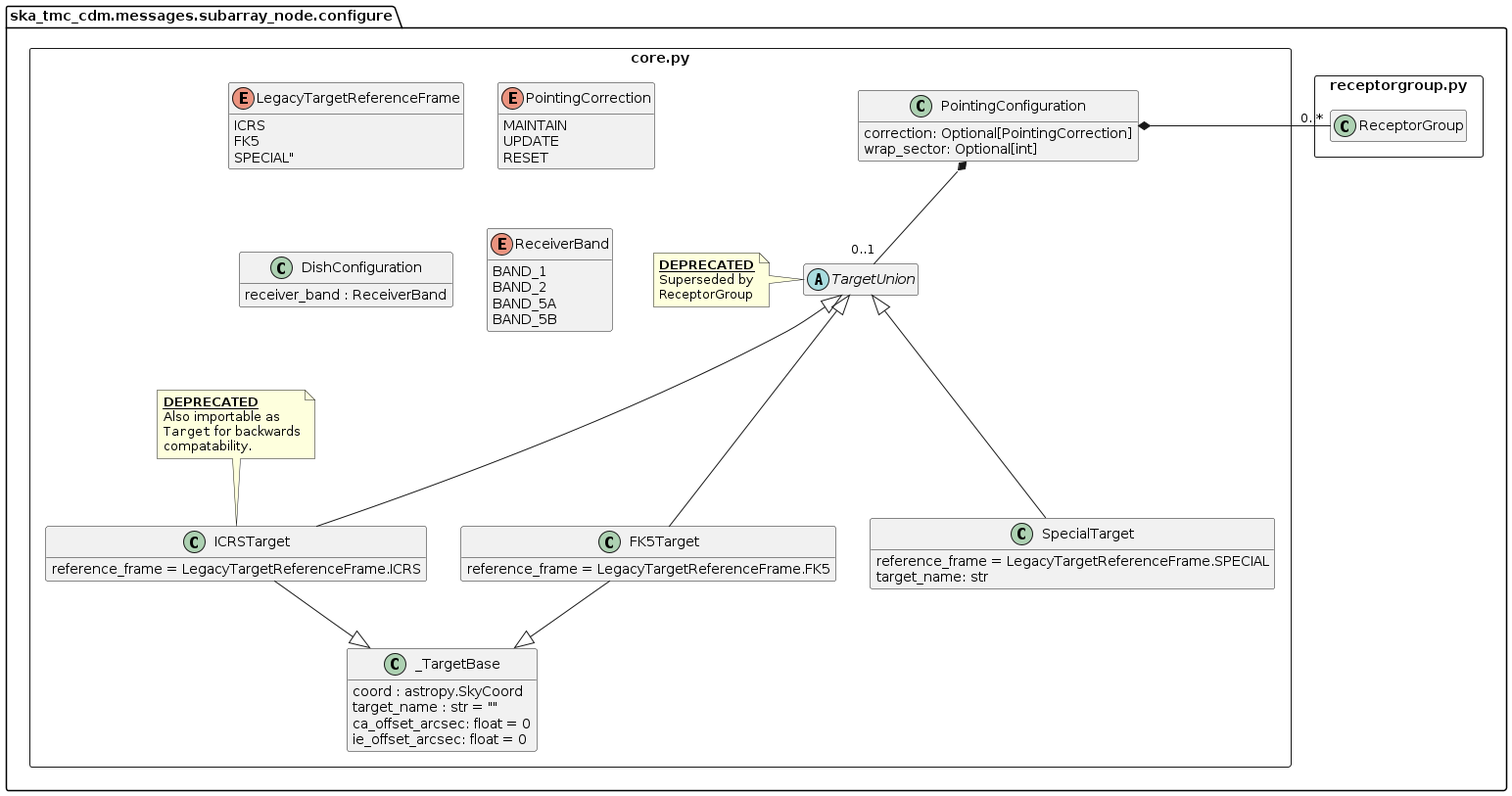
The PlantUML diagram docs/src/developer/subarraynode/core.png in ska-telescope/cdm-shared-library, before a commit. Source of this version:
```plantuml
@startuml
hide empty members

package "ska_tmc_cdm.messages.subarray_node.configure" as base {

	package "receptorgroup.py" as _receptorgroup <<Rectangle>> {
        class ReceptorGroup {}
    }

	package "core.py" as _core <<Rectangle>> {

        enum LegacyTargetReferenceFrame {
            ICRS
            FK5
            SPECIAL"
        }

        class SpecialTarget {
            reference_frame = LegacyTargetReferenceFrame.SPECIAL
            target_name: str
        }

        class ICRSTarget {
            reference_frame = LegacyTargetReferenceFrame.ICRS
        }

        class FK5Target {
            reference_frame = LegacyTargetReferenceFrame.FK5
        }

		class _TargetBase {
			coord : astropy.SkyCoord
			target_name : str = ""
			ca_offset_arcsec: float = 0
			ie_offset_arcsec: float = 0
		}

        _TargetBase <|-up- FK5Target
        _TargetBase <|-up- ICRSTarget

        abstract class TargetUnion {}
        note left of TargetUnion
        <u>**DEPRECATED**</u>
        Superseded by
        ReceptorGroup
        end note

        TargetUnion <|--- ICRSTarget
        TargetUnion <|--- FK5Target
        TargetUnion <|--- SpecialTarget

        note top of ICRSTarget
        <u>**DEPRECATED**</u>
        Also importable as
        ""Target"" for backwards
        compatability.
        end note

		enum PointingCorrection {
			MAINTAIN
			UPDATE
			RESET
		}

		class PointingConfiguration {
			correction: Optional[PointingCorrection]
			wrap_sector: Optional[int]
		}
		PointingConfiguration *-- "0..1" TargetUnion
		PointingConfiguration *- "0..*" ReceptorGroup

		class DishConfiguration {
			receiver_band : ReceiverBand
		}

		enum ReceiverBand {
			BAND_1
			BAND_2
			BAND_5A
			BAND_5B
		}

	}

}

@enduml
```
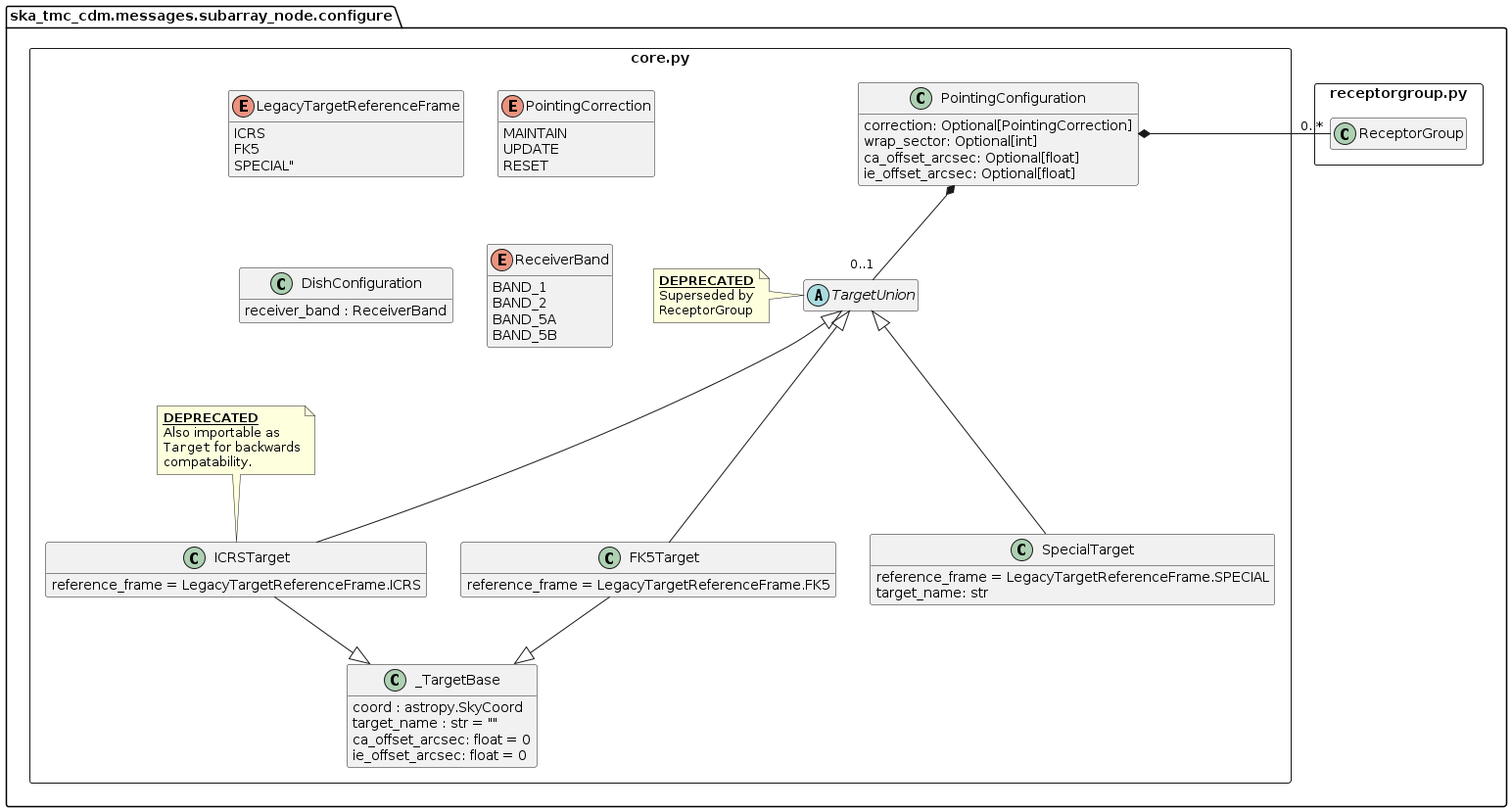
After the change.

Commit message:
BTN-2671: add pointing parameters to new location

Updated diagrams to include the two new attributes.

Diff of the diagram source:
```diff
@@ -65,6 +65,8 @@
 		class PointingConfiguration {
 			correction: Optional[PointingCorrection]
 			wrap_sector: Optional[int]
+			ca_offset_arcsec: Optional[float]
+			ie_offset_arcsec: Optional[float]
 		}
 		PointingConfiguration *-- "0..1" TargetUnion
 		PointingConfiguration *- "0..*" ReceptorGroup
```
